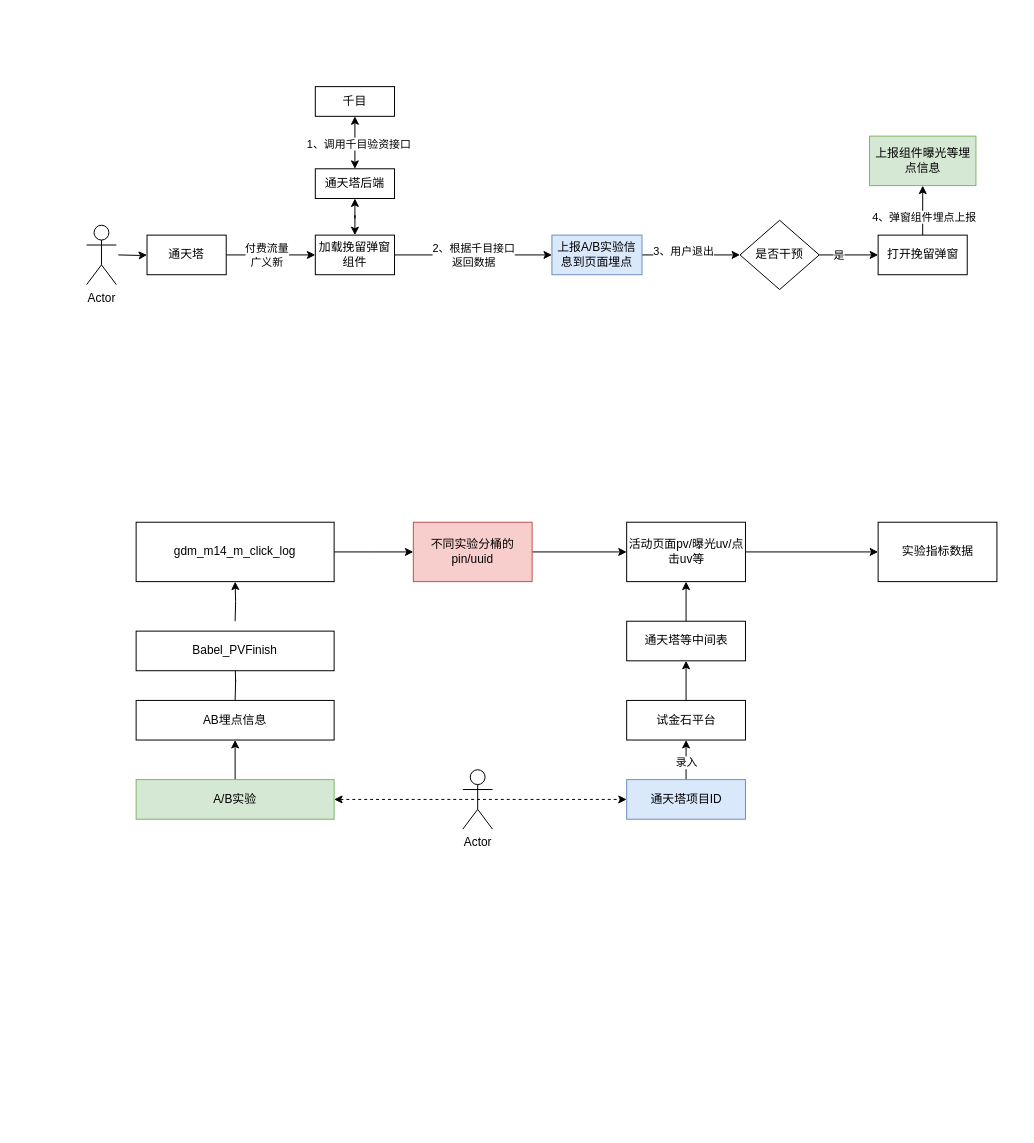
The draw.io diagram 挽留弹窗ab实验.drawio in BlankKelly/diagrams, before the edit. Source tidied: cells renumbered, new cells numbered last; positions are measured from the earlier drawing's top-left corner, leaving out a move shared by most shapes. Both pictures are drawn from the tidied source at 99%, with x=0, y=0 at pixel (86, 86).
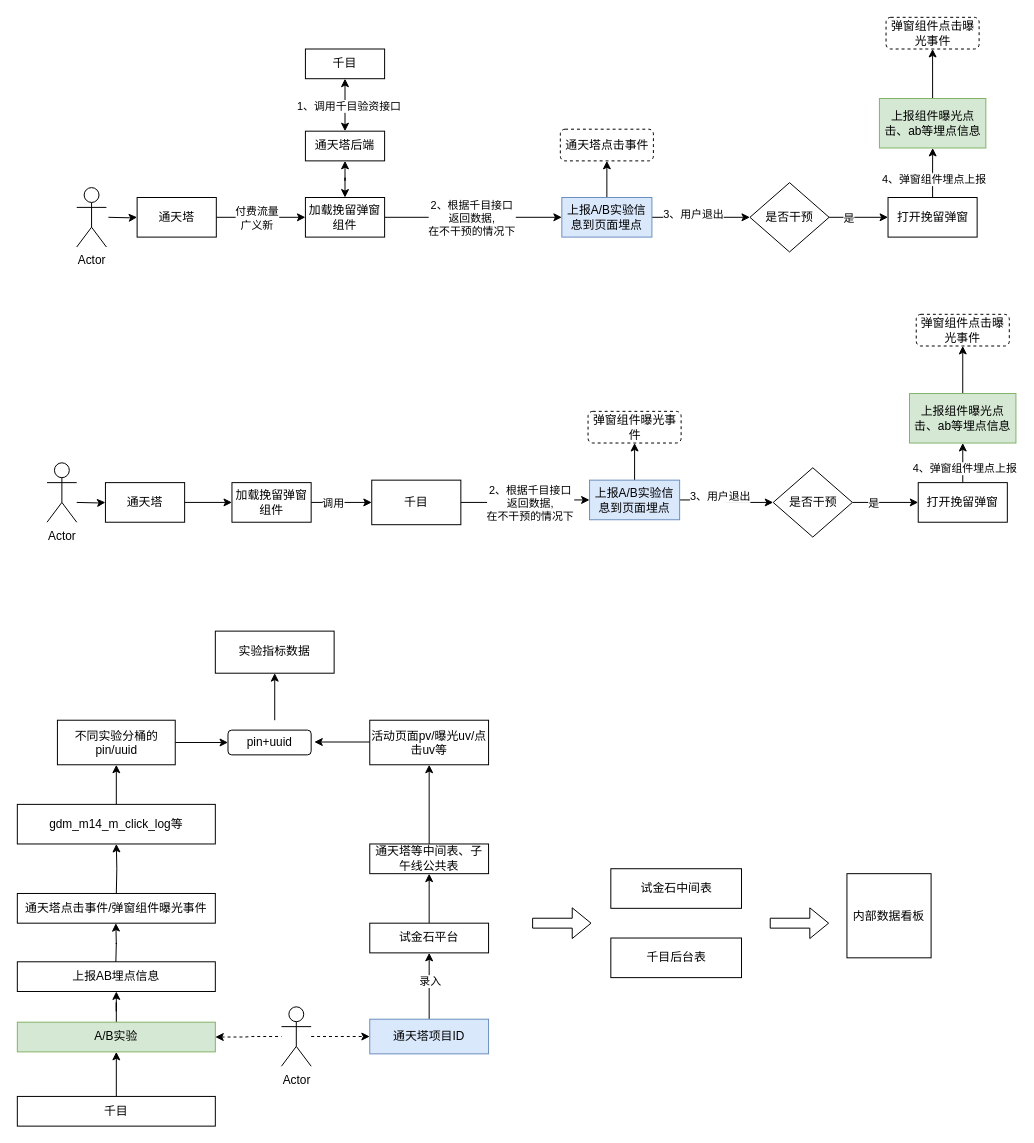
The same page after the edit.

Commit message:
更新挽留弹窗ab实验.drawio

Unchanged cells that the change refers to:
```xml
<mxCell id="18" style="edgeStyle=orthogonalEdgeStyle;rounded=0;jettySize=auto;html=1;" parent="1" edge="1" source="20" target="9">
  <mxGeometry relative="1" as="geometry" />
</mxCell>
```

Change to the diagram source:
```diff
@@
     <mxCell id="2" style="edgeStyle=orthogonalEdgeStyle;rounded=0;jettySize=auto;html=1;" parent="1" edge="1" target="6">
       <mxGeometry relative="1" as="geometry">
-        <mxPoint x="32" y="170" as="sourcePoint" />
+        <mxPoint x="22" y="132" as="sourcePoint" />
       </mxGeometry>
     </mxCell>
     <mxCell id="3" value="Actor" style="shape=umlActor;verticalLabelPosition=bottom;verticalAlign=top;html=1;" parent="1" vertex="1">
-      <mxGeometry y="140" width="30" height="60" as="geometry" />
+      <mxGeometry x="-10" y="102" width="30" height="60" as="geometry" />
     </mxCell>
@@
     <mxCell id="6" value="通天塔" style="rounded=0;whiteSpace=wrap;html=1;" parent="1" vertex="1">
-      <mxGeometry x="61" y="150" width="80" height="40" as="geometry" />
+      <mxGeometry x="51" y="112" width="80" height="40" as="geometry" />
     </mxCell>
@@
+    <mxCell id="48" style="edgeStyle=none;rounded=0;jettySize=auto;html=1;" parent="1" edge="1" source="9" target="73">
+      <mxGeometry relative="1" as="geometry" />
+    </mxCell>
     <mxCell id="9" value="上报A/B实验信息到页面埋点" style="rounded=0;whiteSpace=wrap;html=1;fillColor=#dae8fc;strokeColor=#6c8ebf;" parent="1" vertex="1">
-      <mxGeometry x="470" y="150" width="91" height="40" as="geometry" />
+      <mxGeometry x="480" y="112" width="91" height="40" as="geometry" />
     </mxCell>
@@
     <mxCell id="12" value="是否干预" style="rhombus;whiteSpace=wrap;html=1;" parent="1" vertex="1">
-      <mxGeometry x="660" y="135" width="80" height="70" as="geometry" />
+      <mxGeometry x="670" y="97" width="80" height="70" as="geometry" />
     </mxCell>
@@
     <mxCell id="15" value="打开挽留弹窗" style="whiteSpace=wrap;html=1;" parent="1" vertex="1">
-      <mxGeometry x="799.5" y="150" width="90" height="40" as="geometry" />
+      <mxGeometry x="809.5" y="112" width="90" height="40" as="geometry" />
     </mxCell>
+    <mxCell id="49" style="edgeStyle=none;rounded=0;jettySize=auto;html=1;" parent="1" edge="1" source="16" target="76">
+      <mxGeometry relative="1" as="geometry" />
+    </mxCell>
-    <mxCell id="16" value="上报组件曝光等埋点信息" style="whiteSpace=wrap;html=1;fillColor=#d5e8d4;strokeColor=#82b366;" parent="1" vertex="1">
-      <mxGeometry x="790.8" y="50" width="107.5" height="50" as="geometry" />
+    <mxCell id="16" value="上报组件曝光点击、ab等埋点信息" style="whiteSpace=wrap;html=1;fillColor=#d5e8d4;strokeColor=#82b366;" parent="1" vertex="1">
+      <mxGeometry x="800.8" y="12" width="107.5" height="50" as="geometry" />
     </mxCell>
@@
-    <mxCell id="19" value="2、根据千目接口&lt;br style=&quot;border-color: var(--border-color);&quot;&gt;返回数据" style="edgeLabel;html=1;align=center;verticalAlign=middle;" parent="18" vertex="1">
+    <mxCell id="19" value="2、根据千目接口&lt;br style=&quot;border-color: var(--border-color);&quot;&gt;返回数据,&lt;br&gt;在不干预的情况下" style="edgeLabel;html=1;align=center;verticalAlign=middle;" parent="18" vertex="1">
       <mxGeometry x="-0.22" y="-1" relative="1" as="geometry">
         <mxPoint x="17" y="-1" as="offset" />
       </mxGeometry>
     </mxCell>
     <mxCell id="20" value="加载挽留弹窗组件" style="rounded=0;whiteSpace=wrap;html=1;" parent="1" vertex="1">
-      <mxGeometry x="231" y="150" width="80" height="40" as="geometry" />
+      <mxGeometry x="221" y="112" width="80" height="40" as="geometry" />
     </mxCell>
@@
     <mxCell id="23" value="通天塔后端" style="rounded=0;whiteSpace=wrap;html=1;" parent="1" vertex="1">
-      <mxGeometry x="231" y="83" width="80" height="30" as="geometry" />
+      <mxGeometry x="221" y="45" width="80" height="30" as="geometry" />
     </mxCell>
     <mxCell id="24" value="千目" style="rounded=0;whiteSpace=wrap;html=1;" parent="1" vertex="1">
-      <mxGeometry x="231" width="80" height="30" as="geometry" />
+      <mxGeometry x="221" y="-38" width="80" height="30" as="geometry" />
     </mxCell>
-    <mxCell id="25" style="edgeStyle=orthogonalEdgeStyle;rounded=0;jettySize=auto;html=1;" parent="1" edge="1" source="26">
-      <mxGeometry relative="1" as="geometry">
-        <mxPoint x="330" y="470" as="targetPoint" />
-      </mxGeometry>
-    </mxCell>
+    <mxCell id="50" style="edgeStyle=none;rounded=0;jettySize=auto;html=1;" parent="1" edge="1" source="26" target="30">
+      <mxGeometry relative="1" as="geometry" />
+    </mxCell>
-    <mxCell id="26" value="gdm_m14_m_click_log" style="rounded=0;whiteSpace=wrap;html=1;" parent="1" vertex="1">
-      <mxGeometry x="50" y="440" width="200" height="60" as="geometry" />
+    <mxCell id="26" value="gdm_m14_m_click_log等" style="rounded=0;whiteSpace=wrap;html=1;" parent="1" vertex="1">
+      <mxGeometry x="-70" y="725" width="200" height="40" as="geometry" />
     </mxCell>
     <mxCell id="27" style="edgeStyle=orthogonalEdgeStyle;rounded=0;jettySize=auto;html=1;" parent="1" edge="1" target="26">
       <mxGeometry relative="1" as="geometry">
-        <mxPoint x="150" y="540" as="sourcePoint" />
+        <mxPoint x="30" y="815" as="sourcePoint" />
       </mxGeometry>
     </mxCell>
     <mxCell id="28" style="edgeStyle=orthogonalEdgeStyle;rounded=0;orthogonalLoop=1;jettySize=auto;html=1;" parent="1" edge="1">
       <mxGeometry relative="1" as="geometry">
-        <mxPoint x="150" y="620" as="sourcePoint" />
-        <mxPoint x="150" y="580" as="targetPoint" />
+        <mxPoint x="29.5" y="885" as="sourcePoint" />
+        <mxPoint x="29.5" y="845" as="targetPoint" />
       </mxGeometry>
     </mxCell>
-    <mxCell id="29" style="edgeStyle=orthogonalEdgeStyle;rounded=0;jettySize=auto;html=1;entryX=0;entryY=0.5;entryDx=0;entryDy=0;" parent="1" edge="1" source="30" target="32">
+    <mxCell id="29" style="edgeStyle=orthogonalEdgeStyle;rounded=0;jettySize=auto;html=1;startArrow=none;startFill=0;entryX=0;entryY=0.5;entryDx=0;entryDy=0;" parent="1" edge="1" source="30" target="86">
       <mxGeometry relative="1" as="geometry" />
     </mxCell>
-    <mxCell id="30" value="不同实验分桶的pin/uuid" style="rounded=0;whiteSpace=wrap;html=1;fillColor=#f8cecc;strokeColor=#b85450;" parent="1" vertex="1">
-      <mxGeometry x="330" y="440" width="120" height="60" as="geometry" />
+    <mxCell id="30" value="不同实验分桶的pin/uuid" style="rounded=0;whiteSpace=wrap;html=1;" parent="1" vertex="1">
+      <mxGeometry x="-29.5" y="640" width="119" height="45" as="geometry" />
     </mxCell>
-    <mxCell id="31" style="edgeStyle=orthogonalEdgeStyle;rounded=0;jettySize=auto;html=1;" parent="1" edge="1" source="32" target="40">
-      <mxGeometry relative="1" as="geometry" />
-    </mxCell>
     <mxCell id="32" value="活动页面pv/曝光uv/点击uv等" style="rounded=0;whiteSpace=wrap;html=1;" parent="1" vertex="1">
-      <mxGeometry x="545.5" y="440" width="120" height="60" as="geometry" />
+      <mxGeometry x="286" y="640" width="120" height="45" as="geometry" />
     </mxCell>
-    <mxCell id="33" value="Babel_PVFinish" style="rounded=0;whiteSpace=wrap;html=1;" parent="1" vertex="1">
-      <mxGeometry x="50" y="550" width="200" height="40" as="geometry" />
+    <mxCell id="33" value="通天塔点击事件/弹窗组件曝光事件" style="rounded=0;whiteSpace=wrap;html=1;" parent="1" vertex="1">
+      <mxGeometry x="-70" y="815" width="200" height="30" as="geometry" />
     </mxCell>
-    <mxCell id="34" value="AB埋点信息" style="rounded=0;whiteSpace=wrap;html=1;" parent="1" vertex="1">
-      <mxGeometry x="50" y="620" width="200" height="40" as="geometry" />
+    <mxCell id="34" value="上报AB埋点信息" style="rounded=0;whiteSpace=wrap;html=1;" parent="1" vertex="1">
+      <mxGeometry x="-70" y="884" width="200" height="30" as="geometry" />
     </mxCell>
@@
     <mxCell id="36" value="试金石平台" style="rounded=0;whiteSpace=wrap;html=1;" parent="1" vertex="1">
-      <mxGeometry x="545.5" y="620" width="120" height="40" as="geometry" />
+      <mxGeometry x="286" y="845" width="120" height="30" as="geometry" />
     </mxCell>
@@
     <mxCell id="39" value="通天塔项目ID" style="rounded=0;whiteSpace=wrap;html=1;fillColor=#dae8fc;strokeColor=#6c8ebf;" parent="1" vertex="1">
-      <mxGeometry x="545.5" y="700" width="120" height="40" as="geometry" />
+      <mxGeometry x="286" y="942" width="120" height="35" as="geometry" />
     </mxCell>
     <mxCell id="40" value="实验指标数据" style="rounded=0;whiteSpace=wrap;html=1;" parent="1" vertex="1">
-      <mxGeometry x="799.5" y="440" width="120" height="60" as="geometry" />
+      <mxGeometry x="130" y="550" width="120" height="42.5" as="geometry" />
     </mxCell>
@@
-    <mxCell id="42" style="edgeStyle=entityRelationEdgeStyle;rounded=0;jettySize=auto;html=1;exitX=1;exitY=0.5;exitDx=0;exitDy=0;entryX=0;entryY=0.5;entryDx=0;entryDy=0;dashed=1;startArrow=classic;startFill=1;" parent="1" edge="1" source="44" target="39">
+    <mxCell id="42" style="edgeStyle=entityRelationEdgeStyle;rounded=0;jettySize=auto;html=1;exitX=1;exitY=0.5;exitDx=0;exitDy=0;entryX=0;entryY=0.5;entryDx=0;entryDy=0;dashed=1;startArrow=none;startFill=1;" parent="1" edge="1" source="47" target="39">
       <mxGeometry relative="1" as="geometry" />
     </mxCell>
-    <mxCell id="43" style="edgeLabel;html=1;align=center;verticalAlign=middle;" parent="42" vertex="1">
-      <mxGeometry x="-0.05" y="3" relative="1" as="geometry" />
-    </mxCell>
     <mxCell id="44" value="A/B实验" style="rounded=0;whiteSpace=wrap;html=1;fillColor=#d5e8d4;strokeColor=#82b366;" parent="1" vertex="1">
-      <mxGeometry x="50" y="700" width="200" height="40" as="geometry" />
+      <mxGeometry x="-70" y="945" width="200" height="30" as="geometry" />
     </mxCell>
@@
-    <mxCell id="46" value="通天塔等中间表" style="rounded=0;whiteSpace=wrap;html=1;" parent="1" vertex="1">
-      <mxGeometry x="545.5" y="540" width="120" height="40" as="geometry" />
+    <mxCell id="46" value="通天塔等中间表、子午线公共表" style="rounded=0;whiteSpace=wrap;html=1;" parent="1" vertex="1">
+      <mxGeometry x="286" y="765" width="120" height="30" as="geometry" />
     </mxCell>
+    <mxCell id="51" style="edgeStyle=orthogonalEdgeStyle;rounded=0;jettySize=auto;html=1;" parent="1" edge="1" target="54">
+      <mxGeometry relative="1" as="geometry">
+        <mxPoint x="-10" y="420" as="sourcePoint" />
+      </mxGeometry>
+    </mxCell>
+    <mxCell id="52" value="Actor" style="shape=umlActor;verticalLabelPosition=bottom;verticalAlign=top;html=1;" parent="1" vertex="1">
+      <mxGeometry x="-40" y="380" width="30" height="60" as="geometry" />
+    </mxCell>
+    <mxCell id="53" style="edgeStyle=orthogonalEdgeStyle;rounded=0;jettySize=auto;html=1;" parent="1" edge="1" source="54" target="71">
+      <mxGeometry relative="1" as="geometry" />
+    </mxCell>
+    <mxCell id="54" value="通天塔" style="rounded=0;whiteSpace=wrap;html=1;" parent="1" vertex="1">
+      <mxGeometry x="19" y="400" width="80" height="40" as="geometry" />
+    </mxCell>
+    <mxCell id="55" style="edgeStyle=orthogonalEdgeStyle;rounded=0;jettySize=auto;html=1;entryX=0;entryY=0.5;entryDx=0;entryDy=0;" parent="1" edge="1" source="58" target="61">
+      <mxGeometry relative="1" as="geometry" />
+    </mxCell>
+    <mxCell id="56" value="3、用户退出" style="edgeLabel;html=1;align=center;verticalAlign=middle;" parent="55" vertex="1">
+      <mxGeometry x="-0.17" y="4" relative="1" as="geometry" />
+    </mxCell>
+    <mxCell id="57" style="edgeStyle=none;rounded=0;jettySize=auto;html=1;" parent="1" edge="1" source="58" target="74">
+      <mxGeometry relative="1" as="geometry" />
+    </mxCell>
+    <mxCell id="58" value="上报A/B实验信息到页面埋点" style="rounded=0;whiteSpace=wrap;html=1;fillColor=#dae8fc;strokeColor=#6c8ebf;" parent="1" vertex="1">
+      <mxGeometry x="508" y="397.5" width="91" height="40" as="geometry" />
+    </mxCell>
+    <mxCell id="59" style="edgeStyle=orthogonalEdgeStyle;rounded=0;jettySize=auto;html=1;exitX=1;exitY=0.5;exitDx=0;exitDy=0;" parent="1" edge="1" source="61" target="64">
+      <mxGeometry relative="1" as="geometry" />
+    </mxCell>
+    <mxCell id="60" value="是" style="edgeLabel;html=1;align=center;verticalAlign=middle;" parent="59" vertex="1">
+      <mxGeometry x="-0.37" relative="1" as="geometry" />
+    </mxCell>
+    <mxCell id="61" value="是否干预" style="rhombus;whiteSpace=wrap;html=1;" parent="1" vertex="1">
+      <mxGeometry x="693.5" y="385" width="80" height="70" as="geometry" />
+    </mxCell>
+    <mxCell id="62" style="edgeStyle=orthogonalEdgeStyle;rounded=0;jettySize=auto;html=1;" parent="1" edge="1" source="64" target="66">
+      <mxGeometry relative="1" as="geometry" />
+    </mxCell>
+    <mxCell id="63" value="4、弹窗组件埋点上报" style="edgeLabel;html=1;align=center;verticalAlign=middle;" parent="62" vertex="1">
+      <mxGeometry x="-0.26" y="-1" relative="1" as="geometry" />
+    </mxCell>
+    <mxCell id="64" value="打开挽留弹窗" style="whiteSpace=wrap;html=1;" parent="1" vertex="1">
+      <mxGeometry x="840" y="400" width="90" height="40" as="geometry" />
+    </mxCell>
+    <mxCell id="65" style="edgeStyle=none;rounded=0;jettySize=auto;html=1;" parent="1" edge="1" source="66" target="75">
+      <mxGeometry relative="1" as="geometry" />
+    </mxCell>
+    <mxCell id="66" value="上报组件曝光点击、ab等埋点信息" style="whiteSpace=wrap;html=1;fillColor=#d5e8d4;strokeColor=#82b366;" parent="1" vertex="1">
+      <mxGeometry x="831.2" y="310" width="107.5" height="50" as="geometry" />
+    </mxCell>
+    <mxCell id="67" style="edgeStyle=orthogonalEdgeStyle;rounded=0;jettySize=auto;html=1;exitX=1;exitY=0.5;exitDx=0;exitDy=0;" parent="1" edge="1" source="72" target="58">
+      <mxGeometry relative="1" as="geometry" />
+    </mxCell>
+    <mxCell id="68" value="2、根据千目接口&lt;br style=&quot;border-color: var(--border-color);&quot;&gt;返回数据,&lt;br&gt;在不干预的情况下" style="edgeLabel;html=1;align=center;verticalAlign=middle;" parent="67" vertex="1">
+      <mxGeometry x="-0.22" y="-1" relative="1" as="geometry">
+        <mxPoint x="17" y="-1" as="offset" />
+      </mxGeometry>
+    </mxCell>
+    <mxCell id="69" style="edgeStyle=orthogonalEdgeStyle;rounded=0;jettySize=auto;html=1;" parent="1" edge="1" source="71" target="72">
+      <mxGeometry relative="1" as="geometry" />
+    </mxCell>
+    <mxCell id="70" value="调用" style="edgeLabel;html=1;align=center;verticalAlign=middle;" parent="69" vertex="1">
+      <mxGeometry x="-0.27" y="2" relative="1" as="geometry">
+        <mxPoint y="2" as="offset" />
+      </mxGeometry>
+    </mxCell>
+    <mxCell id="71" value="加载挽留弹窗组件" style="rounded=0;whiteSpace=wrap;html=1;" parent="1" vertex="1">
+      <mxGeometry x="146.8" y="400" width="80" height="40" as="geometry" />
+    </mxCell>
+    <mxCell id="72" value="千目" style="rounded=0;whiteSpace=wrap;html=1;" parent="1" vertex="1">
+      <mxGeometry x="288" y="397.5" width="90" height="45" as="geometry" />
+    </mxCell>
+    <mxCell id="73" value="通天塔点击事件" style="rounded=1;whiteSpace=wrap;html=1;dashed=1;" parent="1" vertex="1">
+      <mxGeometry x="478.5" y="43" width="94" height="32" as="geometry" />
+    </mxCell>
+    <mxCell id="74" value="弹窗组件曝光事件" style="rounded=1;whiteSpace=wrap;html=1;dashed=1;" parent="1" vertex="1">
+      <mxGeometry x="506.5" y="328" width="94" height="32" as="geometry" />
+    </mxCell>
+    <mxCell id="75" value="弹窗组件点击曝光事件" style="rounded=1;whiteSpace=wrap;html=1;dashed=1;" parent="1" vertex="1">
+      <mxGeometry x="838" y="230" width="94" height="32" as="geometry" />
+    </mxCell>
+    <mxCell id="76" value="弹窗组件点击曝光事件" style="rounded=1;whiteSpace=wrap;html=1;dashed=1;" parent="1" vertex="1">
+      <mxGeometry x="807.5" y="-70" width="94" height="32" as="geometry" />
+    </mxCell>
     <mxCell id="47" value="Actor" style="shape=umlActor;verticalLabelPosition=bottom;verticalAlign=top;html=1;" parent="1" vertex="1">
-      <mxGeometry x="380" y="690" width="30" height="60" as="geometry" />
+      <mxGeometry x="196.8" y="929.5" width="30" height="60" as="geometry" />
     </mxCell>
+    <mxCell id="77" style="edgeStyle=entityRelationEdgeStyle;rounded=0;jettySize=auto;html=1;exitX=1;exitY=0.5;exitDx=0;exitDy=0;entryX=0;entryY=0.5;entryDx=0;entryDy=0;dashed=1;startArrow=classic;startFill=1;endArrow=none;" parent="1" edge="1" source="44" target="47">
+      <mxGeometry relative="1" as="geometry" />
+    </mxCell>
+    <mxCell id="78" style="edgeLabel;html=1;align=center;verticalAlign=middle;" parent="77" vertex="1">
+      <mxGeometry x="-0.05" y="3" relative="1" as="geometry" />
+    </mxCell>
+    <mxCell id="79" value="试金石中间表" style="rounded=0;whiteSpace=wrap;html=1;" parent="1" vertex="1">
+      <mxGeometry x="529.5" y="790" width="132" height="40" as="geometry" />
+    </mxCell>
+    <mxCell id="80" value="千目后台表" style="rounded=0;whiteSpace=wrap;html=1;" parent="1" vertex="1">
+      <mxGeometry x="529.5" y="860" width="132" height="40" as="geometry" />
+    </mxCell>
+    <mxCell id="81" style="shape=flexArrow;endArrow=classic;html=1;rounded=0;" parent="1" edge="1">
+      <mxGeometry relative="1" as="geometry">
+        <mxPoint x="450" y="845" as="sourcePoint" />
+        <mxPoint x="510" y="845" as="targetPoint" />
+      </mxGeometry>
+    </mxCell>
+    <mxCell id="82" style="shape=flexArrow;endArrow=classic;html=1;rounded=0;" parent="1" edge="1">
+      <mxGeometry relative="1" as="geometry">
+        <mxPoint x="690" y="845" as="sourcePoint" />
+        <mxPoint x="750" y="845" as="targetPoint" />
+      </mxGeometry>
+    </mxCell>
+    <mxCell id="83" value="内部数据看板" style="whiteSpace=wrap;html=1;" parent="1" vertex="1">
+      <mxGeometry x="768" y="795" width="85" height="85" as="geometry" />
+    </mxCell>
+    <mxCell id="84" style="edgeStyle=none;rounded=0;jettySize=auto;html=1;startArrow=none;startFill=0;" parent="1" edge="1" source="85" target="44">
+      <mxGeometry relative="1" as="geometry" />
+    </mxCell>
+    <mxCell id="85" value="千目" style="rounded=0;whiteSpace=wrap;html=1;" parent="1" vertex="1">
+      <mxGeometry x="-70" y="1020" width="200" height="30" as="geometry" />
+    </mxCell>
+    <mxCell id="86" value="pin+uuid" style="rounded=1;whiteSpace=wrap;html=1;" parent="1" vertex="1">
+      <mxGeometry x="142.8" y="650" width="84" height="25" as="geometry" />
+    </mxCell>
+    <mxCell id="87" style="endArrow=none;html=1;rounded=0;startArrow=classic;startFill=1;endFill=0;" parent="1" edge="1">
+      <mxGeometry relative="1" as="geometry">
+        <mxPoint x="230" y="662" as="sourcePoint" />
+        <mxPoint x="286" y="662" as="targetPoint" />
+      </mxGeometry>
+    </mxCell>
+    <mxCell id="88" style="endArrow=classic;html=1;rounded=0;entryX=0.5;entryY=1;entryDx=0;entryDy=0;" parent="1" edge="1" target="40">
+      <mxGeometry relative="1" as="geometry">
+        <mxPoint x="190" y="640" as="sourcePoint" />
+      </mxGeometry>
+    </mxCell>
```
